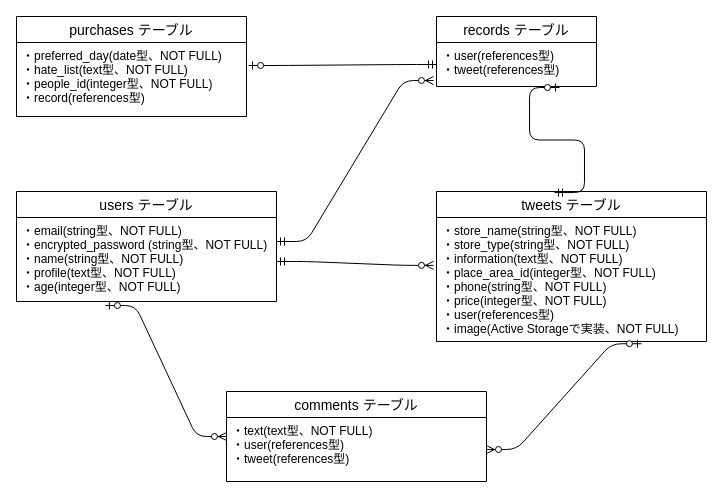
Kazutosi110/omoide-35234 keeps this draw.io diagram as omoide.dio. Above is the earlier version. Source tidied: cells renumbered, new cells numbered last; positions are measured from the earlier drawing's top-left corner, leaving out a move shared by most shapes. Both pictures are drawn from the tidied source at 100%, with x=0, y=0 at pixel (16, 16).
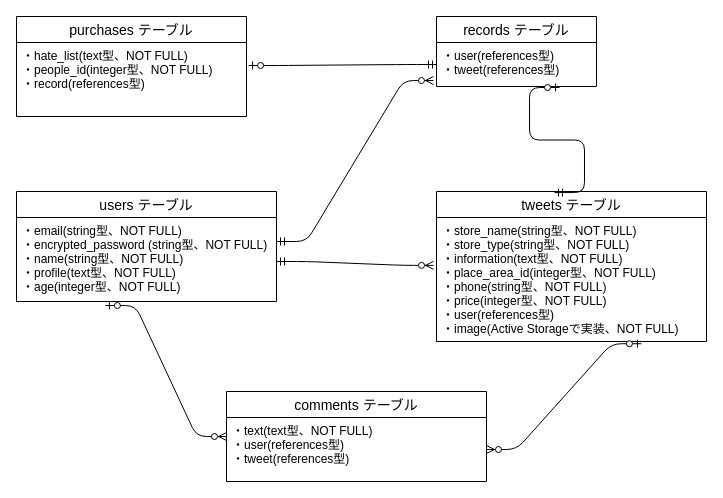
After the change.

Change to the diagram source:
```diff
@@
 <mxGraphModel>
   <root>
     <mxCell id="0" />
     <mxCell id="1" parent="0" />
     <mxCell id="2" value="tweets テーブル" style="swimlane;fontStyle=0;horizontal=1;startSize=26;align=center;fontSize=14;" parent="1" vertex="1">
       <mxGeometry x="420" y="175" width="270" height="150" as="geometry" />
     </mxCell>
     <mxCell id="3" value="・store_name(string型、NOT FULL)&#10;・store_type(string型、NOT FULL)&#10;・information(text型、NOT FULL)&#10;・place_area_id(integer型、NOT FULL)&#10;・phone(string型、NOT FULL)&#10;・price(integer型、NOT FULL)&#10;・user(references型)&#10;・image(Active Storageで実装、NOT FULL)" style="text;strokeColor=none;fillColor=none;spacingLeft=4;spacingRight=4;overflow=hidden;points=[[0,0.5],[1,0.5]];portConstraint=eastwest;fontSize=12;" parent="2" vertex="1">
       <mxGeometry y="26" width="270" height="124" as="geometry" />
     </mxCell>
     <mxCell id="4" value="users テーブル" style="swimlane;fontStyle=0;horizontal=1;startSize=26;align=center;fontSize=14;" parent="1" vertex="1">
       <mxGeometry y="175" width="260" height="110" as="geometry" />
     </mxCell>
     <mxCell id="5" value="・email(string型、NOT FULL)&#10;・encrypted_password (string型、NOT FULL)&#10;・name(string型、NOT FULL) &#10;・profile(text型、NOT FULL)&#10;・age(integer型、NOT FULL)" style="text;strokeColor=none;fillColor=none;spacingLeft=4;spacingRight=4;overflow=hidden;points=[[0,0.5],[1,0.5]];portConstraint=eastwest;fontSize=12;" parent="4" vertex="1">
       <mxGeometry y="26" width="260" height="84" as="geometry" />
     </mxCell>
     <mxCell id="6" value="purchases テーブル" style="swimlane;fontStyle=0;horizontal=1;startSize=26;align=center;fontSize=14;" parent="1" vertex="1">
       <mxGeometry width="230" height="100" as="geometry" />
     </mxCell>
-    <mxCell id="7" value="・preferred_day(date型、NOT FULL)&#10;・hate_list(text型、NOT FULL)&#10;・people_id(integer型、NOT FULL)&#10;・record(references型)" style="text;strokeColor=none;fillColor=none;spacingLeft=4;spacingRight=4;overflow=hidden;points=[[0,0.5],[1,0.5]];portConstraint=eastwest;fontSize=12;" parent="6" vertex="1">
+    <mxCell id="7" value="・hate_list(text型、NOT FULL)&#10;・people_id(integer型、NOT FULL)&#10;・record(references型)" style="text;strokeColor=none;fillColor=none;spacingLeft=4;spacingRight=4;overflow=hidden;points=[[0,0.5],[1,0.5]];portConstraint=eastwest;fontSize=12;" parent="6" vertex="1">
       <mxGeometry y="26" width="230" height="74" as="geometry" />
     </mxCell>
     <mxCell id="8" value="records テーブル" style="swimlane;fontStyle=0;horizontal=1;startSize=26;align=center;fontSize=14;" parent="1" vertex="1">
       <mxGeometry x="420" width="160" height="70" as="geometry" />
     </mxCell>
     <mxCell id="9" value="・user(references型)&#10;・tweet(references型)" style="text;strokeColor=none;fillColor=none;spacingLeft=4;spacingRight=4;overflow=hidden;points=[[0,0.5],[1,0.5]];portConstraint=eastwest;fontSize=12;" parent="8" vertex="1">
       <mxGeometry y="26" width="160" height="44" as="geometry" />
     </mxCell>
     <mxCell id="10" value="comments テーブル" style="swimlane;fontStyle=0;horizontal=1;startSize=26;align=center;fontSize=14;" parent="1" vertex="1">
       <mxGeometry x="210" y="375" width="260" height="90" as="geometry" />
     </mxCell>
     <mxCell id="11" value="・text(text型、NOT FULL)&#10;・user(references型)&#10;・tweet(references型)" style="text;strokeColor=none;fillColor=none;spacingLeft=4;spacingRight=4;overflow=hidden;points=[[0,0.5],[1,0.5]];portConstraint=eastwest;fontSize=12;" parent="10" vertex="1">
       <mxGeometry y="26" width="260" height="64" as="geometry" />
     </mxCell>
     <mxCell id="12" style="edgeStyle=entityRelationEdgeStyle;fontSize=12;html=1;endArrow=ERzeroToMany;startArrow=ERzeroToOne;exitX=0.342;exitY=1.048;exitDx=0;exitDy=0;exitPerimeter=0;" parent="1" edge="1" source="5">
       <mxGeometry relative="1" as="geometry">
         <mxPoint x="210" y="420" as="targetPoint" />
       </mxGeometry>
     </mxCell>
     <mxCell id="13" style="edgeStyle=entityRelationEdgeStyle;fontSize=12;html=1;endArrow=ERzeroToMany;startArrow=ERzeroToOne;exitX=0.759;exitY=1.018;exitDx=0;exitDy=0;exitPerimeter=0;" parent="1" edge="1" source="3" target="11">
       <mxGeometry relative="1" as="geometry" />
     </mxCell>
     <mxCell id="14" style="edgeStyle=entityRelationEdgeStyle;fontSize=12;html=1;endArrow=ERzeroToMany;startArrow=ERmandOne;entryX=-0.011;entryY=0.386;entryDx=0;entryDy=0;entryPerimeter=0;" parent="1" edge="1" target="3">
       <mxGeometry relative="1" as="geometry">
         <mxPoint x="260" y="245" as="sourcePoint" />
       </mxGeometry>
     </mxCell>
     <mxCell id="15" style="edgeStyle=entityRelationEdgeStyle;fontSize=12;html=1;endArrow=ERzeroToMany;startArrow=ERmandOne;entryX=-0.019;entryY=0.864;entryDx=0;entryDy=0;entryPerimeter=0;" parent="1" edge="1" target="9">
       <mxGeometry relative="1" as="geometry">
         <mxPoint x="260" y="225" as="sourcePoint" />
       </mxGeometry>
     </mxCell>
     <mxCell id="16" style="edgeStyle=entityRelationEdgeStyle;fontSize=12;html=1;endArrow=ERzeroToOne;startArrow=ERmandOne;entryX=1.009;entryY=0.311;entryDx=0;entryDy=0;entryPerimeter=0;exitX=0;exitY=0.5;exitDx=0;exitDy=0;" parent="1" edge="1" source="9" target="7">
       <mxGeometry relative="1" as="geometry" />
     </mxCell>
     <mxCell id="17" style="edgeStyle=entityRelationEdgeStyle;fontSize=12;html=1;endArrow=ERzeroToOne;startArrow=ERmandOne;exitX=0.437;exitY=0.007;exitDx=0;exitDy=0;exitPerimeter=0;entryX=0.769;entryY=1.023;entryDx=0;entryDy=0;entryPerimeter=0;" parent="1" edge="1" source="2" target="9">
       <mxGeometry relative="1" as="geometry" />
     </mxCell>
   </root>
 </mxGraphModel>
```
